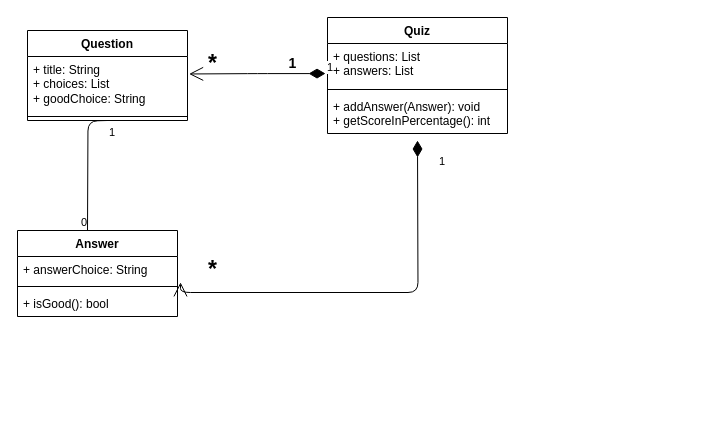
Above: quiz.drawio in Sophavisnuka/Week3-OOP-Quiz-App (draw.io), before the change. Source tidied: cells renumbered, new cells numbered last; positions are measured from the earlier drawing's top-left corner, leaving out a move shared by most shapes. Both pictures are drawn from the tidied source at 100%, with x=0, y=0 at pixel (17, 17).
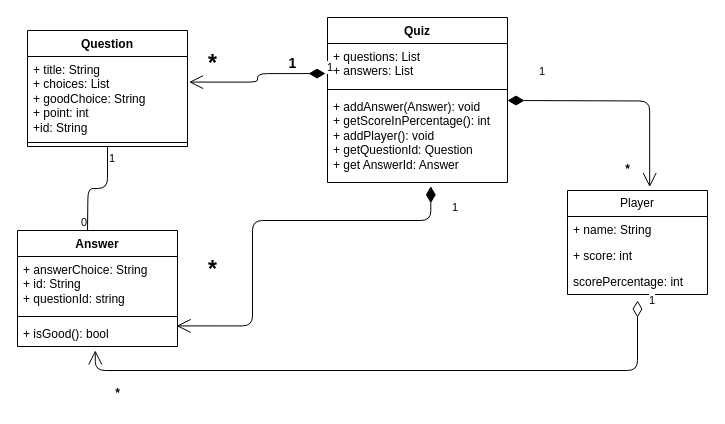
The same page after the edit.

Commit message (it also covers changes not shown here):
Add UML diagram for ex3-4

What changed in the source:
```diff
@@
     <mxCell id="2" value="Question" style="swimlane;fontStyle=1;align=center;verticalAlign=top;horizontal=1;startSize=26;whiteSpace=wrap;html=1;labelBackgroundColor=default;" parent="1" vertex="1">
-      <mxGeometry x="10" y="13" width="160" height="90" as="geometry" />
+      <mxGeometry x="10" y="13" width="160" height="116" as="geometry" />
     </mxCell>
-    <mxCell id="3" value="+ title: String&lt;div&gt;+ choices: List&lt;/div&gt;&lt;div&gt;+ goodChoice: String&lt;/div&gt;" style="text;strokeColor=none;fillColor=none;align=left;verticalAlign=top;spacingLeft=4;spacingRight=4;overflow=hidden;points=[[0,0.5],[1,0.5]];portConstraint=eastwest;whiteSpace=wrap;html=1;" parent="2" vertex="1">
-      <mxGeometry y="26" width="160" height="56" as="geometry" />
+    <mxCell id="3" value="+ title: String&lt;div&gt;+ choices: List&lt;/div&gt;&lt;div&gt;+ goodChoice: String&lt;/div&gt;&lt;div&gt;+ point: int&lt;/div&gt;&lt;div&gt;+id: String&lt;/div&gt;" style="text;strokeColor=none;fillColor=none;align=left;verticalAlign=top;spacingLeft=4;spacingRight=4;overflow=hidden;points=[[0,0.5],[1,0.5]];portConstraint=eastwest;whiteSpace=wrap;html=1;" parent="2" vertex="1">
+      <mxGeometry y="26" width="160" height="82" as="geometry" />
     </mxCell>
-    <mxCell id="4" style="endArrow=none;html=1;edgeStyle=orthogonalEdgeStyle;entryX=0.5;entryY=0;entryDx=0;entryDy=0;" parent="2" edge="1">
+    <mxCell id="4" style="endArrow=none;html=1;edgeStyle=orthogonalEdgeStyle;entryX=0.5;entryY=0;entryDx=0;entryDy=0;exitX=0.5;exitY=1;exitDx=0;exitDy=0;" parent="2" edge="1" source="2">
       <mxGeometry relative="1" as="geometry">
-        <mxPoint x="80" y="90" as="sourcePoint" />
         <mxPoint x="60" y="200" as="targetPoint" />
       </mxGeometry>
     </mxCell>
@@
     <mxCell id="7" style="line;strokeWidth=1;fillColor=none;align=left;verticalAlign=middle;spacingTop=-1;spacingLeft=3;spacingRight=3;labelPosition=right;strokeColor=inherit;" parent="2" vertex="1">
-      <mxGeometry y="82" width="160" height="8" as="geometry" />
+      <mxGeometry y="108" width="160" height="8" as="geometry" />
     </mxCell>
     <mxCell id="8" value="Answer" style="swimlane;fontStyle=1;align=center;verticalAlign=top;horizontal=1;startSize=26;whiteSpace=wrap;html=1;" parent="1" vertex="1">
-      <mxGeometry y="213" width="160" height="86" as="geometry" />
+      <mxGeometry y="213" width="160" height="116" as="geometry" />
     </mxCell>
-    <mxCell id="9" value="+ answerChoice: String" style="text;strokeColor=none;fillColor=none;align=left;verticalAlign=top;spacingLeft=4;spacingRight=4;overflow=hidden;points=[[0,0.5],[1,0.5]];portConstraint=eastwest;whiteSpace=wrap;html=1;" parent="8" vertex="1">
-      <mxGeometry y="26" width="160" height="26" as="geometry" />
+    <mxCell id="9" value="+ answerChoice: String&lt;div&gt;+ id: String&lt;/div&gt;&lt;div&gt;+ questionId: string&lt;/div&gt;" style="text;strokeColor=none;fillColor=none;align=left;verticalAlign=top;spacingLeft=4;spacingRight=4;overflow=hidden;points=[[0,0.5],[1,0.5]];portConstraint=eastwest;whiteSpace=wrap;html=1;" parent="8" vertex="1">
+      <mxGeometry y="26" width="160" height="56" as="geometry" />
     </mxCell>
     <mxCell id="10" style="line;strokeWidth=1;fillColor=none;align=left;verticalAlign=middle;spacingTop=-1;spacingLeft=3;spacingRight=3;labelPosition=right;strokeColor=inherit;" parent="8" vertex="1">
-      <mxGeometry y="52" width="160" height="8" as="geometry" />
+      <mxGeometry y="82" width="160" height="8" as="geometry" />
     </mxCell>
     <mxCell id="11" value="+ isGood(): bool" style="text;strokeColor=none;fillColor=none;align=left;verticalAlign=top;spacingLeft=4;spacingRight=4;overflow=hidden;points=[[0,0.5],[1,0.5]];portConstraint=eastwest;whiteSpace=wrap;html=1;" parent="8" vertex="1">
-      <mxGeometry y="60" width="160" height="26" as="geometry" />
+      <mxGeometry y="90" width="160" height="26" as="geometry" />
     </mxCell>
     <mxCell id="12" value="Quiz" style="swimlane;fontStyle=1;align=center;verticalAlign=top;horizontal=1;startSize=26;whiteSpace=wrap;html=1;" parent="1" vertex="1">
-      <mxGeometry x="310" width="180" height="116" as="geometry" />
+      <mxGeometry x="310" width="180" height="165" as="geometry" />
     </mxCell>
@@
-    <mxCell id="15" value="+ addAnswer(Answer): void&lt;div&gt;+ getScoreInPercentage(): int&lt;/div&gt;" style="text;strokeColor=none;fillColor=none;align=left;verticalAlign=top;spacingLeft=4;spacingRight=4;overflow=hidden;points=[[0,0.5],[1,0.5]];portConstraint=eastwest;whiteSpace=wrap;html=1;" parent="12" vertex="1">
-      <mxGeometry y="76" width="180" height="40" as="geometry" />
+    <mxCell id="15" value="+ addAnswer(Answer): void&lt;div&gt;+ getScoreInPercentage(): int&lt;/div&gt;&lt;div&gt;+ addPlayer(): void&lt;/div&gt;&lt;div&gt;+ getQuestionId: Question&lt;/div&gt;&lt;div&gt;+ get AnswerId: Answer&lt;/div&gt;" style="text;strokeColor=none;fillColor=none;align=left;verticalAlign=top;spacingLeft=4;spacingRight=4;overflow=hidden;points=[[0,0.5],[1,0.5]];portConstraint=eastwest;whiteSpace=wrap;html=1;" parent="12" vertex="1">
+      <mxGeometry y="76" width="180" height="89" as="geometry" />
     </mxCell>
@@
-    <mxCell id="17" value="1" style="endArrow=open;html=1;endSize=12;startArrow=diamondThin;startSize=14;startFill=1;edgeStyle=orthogonalEdgeStyle;align=left;verticalAlign=bottom;entryX=1.019;entryY=0.993;entryDx=0;entryDy=0;entryPerimeter=0;" parent="1" edge="1" target="9">
+    <mxCell id="17" value="1" style="endArrow=open;html=1;endSize=12;startArrow=diamondThin;startSize=14;startFill=1;edgeStyle=orthogonalEdgeStyle;align=left;verticalAlign=bottom;entryX=0.994;entryY=0.209;entryDx=0;entryDy=0;entryPerimeter=0;exitX=0.574;exitY=1.042;exitDx=0;exitDy=0;exitPerimeter=0;" parent="1" edge="1" source="15" target="11">
       <mxGeometry x="-0.85" y="20" relative="1" as="geometry">
-        <mxPoint x="400" y="123" as="sourcePoint" />
+        <Array as="points">
+          <mxPoint x="413" y="203" />
+          <mxPoint x="235" y="203" />
+          <mxPoint x="235" y="308" />
+        </Array>
       </mxGeometry>
     </mxCell>
@@
+    <mxCell id="21" value="Player" style="swimlane;fontStyle=0;horizontal=1;startSize=26;fillColor=none;whiteSpace=wrap;html=1;" parent="1" vertex="1">
+      <mxGeometry x="550" y="173" width="140" height="104" as="geometry" />
+    </mxCell>
+    <mxCell id="22" value="+ name: String" style="text;strokeColor=none;fillColor=none;align=left;verticalAlign=top;spacingLeft=4;spacingRight=4;overflow=hidden;whiteSpace=wrap;html=1;" parent="21" vertex="1">
+      <mxGeometry y="26" width="140" height="26" as="geometry" />
+    </mxCell>
+    <mxCell id="23" value="+ score: int" style="text;strokeColor=none;fillColor=none;align=left;verticalAlign=top;spacingLeft=4;spacingRight=4;overflow=hidden;whiteSpace=wrap;html=1;" parent="21" vertex="1">
+      <mxGeometry y="52" width="140" height="26" as="geometry" />
+    </mxCell>
+    <mxCell id="24" value="scorePercentage: int" style="text;strokeColor=none;fillColor=none;align=left;verticalAlign=top;spacingLeft=4;spacingRight=4;overflow=hidden;points=[[0,0.5],[1,0.5]];portConstraint=eastwest;whiteSpace=wrap;html=1;" parent="21" vertex="1">
+      <mxGeometry y="78" width="140" height="26" as="geometry" />
+    </mxCell>
+    <mxCell id="25" value="1" style="endArrow=open;html=1;endSize=12;startArrow=diamondThin;startSize=14;startFill=0;edgeStyle=orthogonalEdgeStyle;align=left;verticalAlign=bottom;exitX=0.5;exitY=1.231;exitDx=0;exitDy=0;exitPerimeter=0;entryX=0.486;entryY=1.15;entryDx=0;entryDy=0;entryPerimeter=0;" parent="1" edge="1" source="24" target="11">
+      <mxGeometry x="-0.97" y="10" relative="1" as="geometry">
+        <Array as="points">
+          <mxPoint x="620" y="353" />
+          <mxPoint x="78" y="353" />
+        </Array>
+      </mxGeometry>
+    </mxCell>
+    <mxCell id="26" value="1" style="endArrow=open;html=1;endSize=12;startArrow=diamondThin;startSize=14;startFill=1;edgeStyle=orthogonalEdgeStyle;align=left;verticalAlign=bottom;entryX=0.587;entryY=-0.033;entryDx=0;entryDy=0;entryPerimeter=0;" parent="1" edge="1" target="21">
+      <mxGeometry x="-0.74" y="20" relative="1" as="geometry">
+        <mxPoint x="490" y="83" as="sourcePoint" />
+      </mxGeometry>
+    </mxCell>
+    <mxCell id="27" value="*" style="text;align=center;fontStyle=1;verticalAlign=middle;spacingLeft=3;spacingRight=3;strokeColor=none;html=1;" parent="1" vertex="1">
+      <mxGeometry x="570" y="139" width="80" height="26" as="geometry" />
+    </mxCell>
+    <mxCell id="28" value="*" style="text;align=center;fontStyle=1;verticalAlign=middle;spacingLeft=3;spacingRight=3;strokeColor=none;html=1;" parent="1" vertex="1">
+      <mxGeometry x="60" y="363" width="80" height="26" as="geometry" />
+    </mxCell>
```
